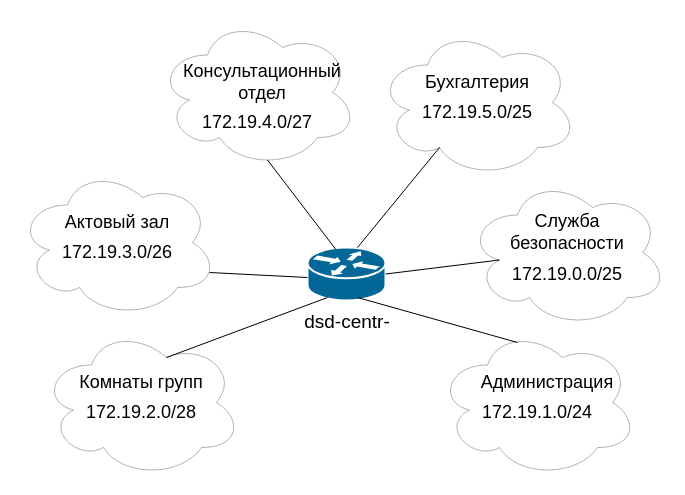
dibovdmitry/Project keeps this draw.io diagram as Схема доступа L3.drawio. Above is the earlier version. Source tidied: cells renumbered, new cells numbered last; positions are measured from the earlier drawing's top-left corner, leaving out a move shared by most shapes. Both pictures are drawn from the tidied source at 100%, with x=0, y=0 at pixel (17, 17).
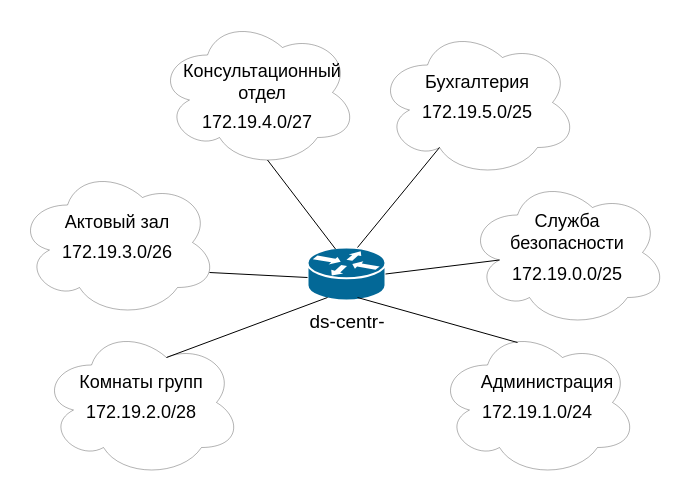
After the change.

Diff of the diagram source:
```diff
@@
-    <mxCell id="27" value="dsd-centr-" style="text;html=1;strokeColor=none;fillColor=none;align=center;verticalAlign=middle;whiteSpace=wrap;rounded=0;fontSize=19;" parent="1" vertex="1">
+    <mxCell id="27" value="ds-centr-" style="text;html=1;strokeColor=none;fillColor=none;align=center;verticalAlign=middle;whiteSpace=wrap;rounded=0;fontSize=19;" parent="1" vertex="1">
       <mxGeometry x="270" y="290" width="120" height="30" as="geometry" />
     </mxCell>
```
